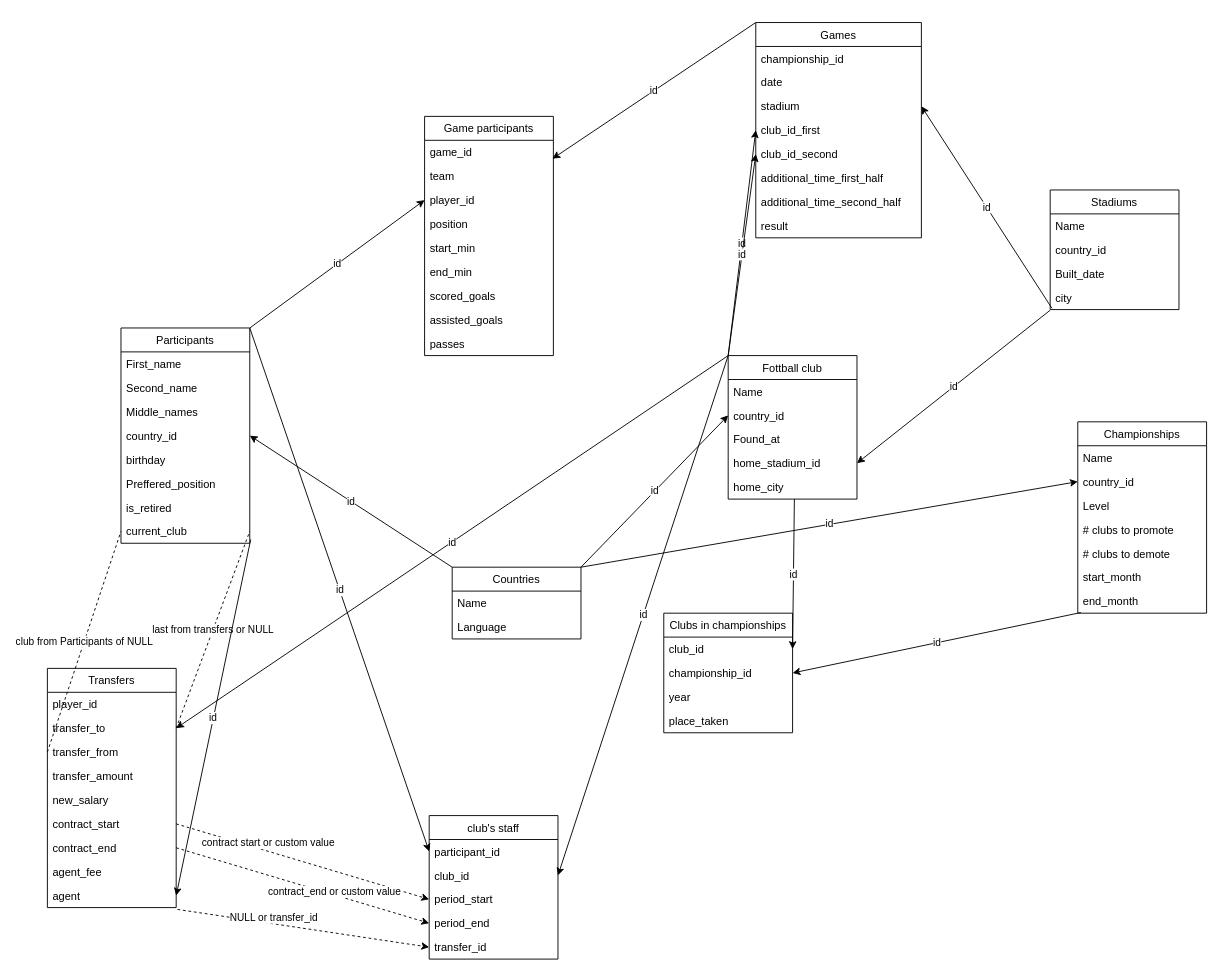
This is SQL_prj.drawio from RVdeported/MySQL_basic, a draw.io file, before an edit. Source tidied: cells renumbered, new cells numbered last; positions are measured from the earlier drawing's top-left corner, leaving out a move shared by most shapes. Both pictures are drawn from the tidied source at 92%, with x=0, y=0 at pixel (47, 22).
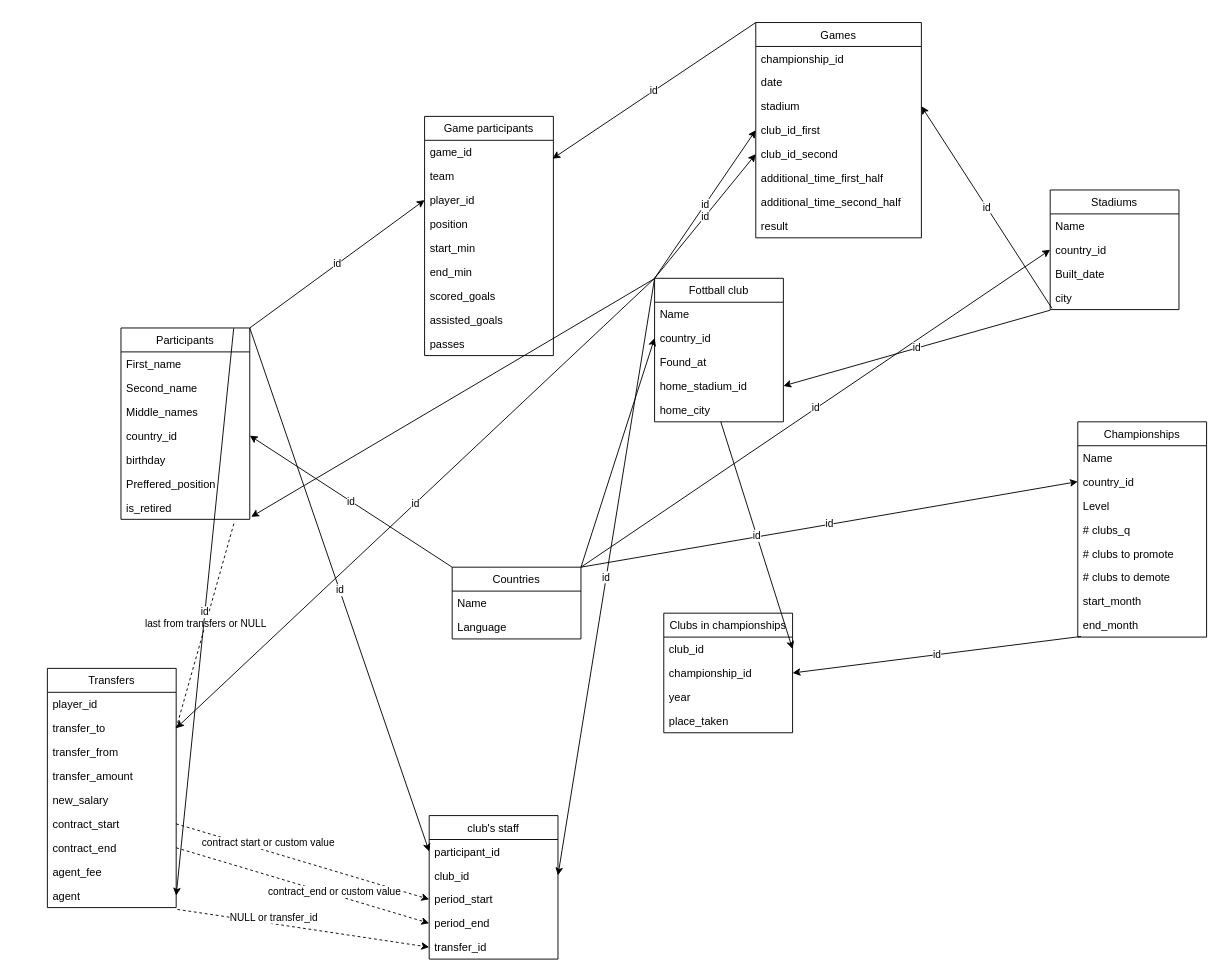
The same page after the edit.

The change refers to these unchanged cells:
```xml
<mxCell id="4" value="country_id" style="text;strokeColor=none;fillColor=none;align=left;verticalAlign=top;spacingLeft=4;spacingRight=4;overflow=hidden;points=[[0,0.5],[1,0.5]];portConstraint=eastwest;" parent="2" vertex="1">
  <mxGeometry y="52" width="140" height="26" as="geometry" />
</mxCell>
<mxCell id="15" value="is_retired" style="text;strokeColor=none;fillColor=none;align=left;verticalAlign=top;spacingLeft=4;spacingRight=4;overflow=hidden;points=[[0,0.5],[1,0.5]];portConstraint=eastwest;" parent="8" vertex="1">
  <mxGeometry y="182" width="140" height="26" as="geometry" />
</mxCell>
<mxCell id="25" value="Countries" style="swimlane;fontStyle=0;horizontal=1;startSize=26;fillColor=none;" parent="1" vertex="1">
  <mxGeometry x="440" y="592" width="140" height="78" as="geometry" />
</mxCell>
<mxCell id="57" value="country_id" style="text;strokeColor=none;fillColor=none;align=left;verticalAlign=top;spacingLeft=4;spacingRight=4;overflow=hidden;points=[[0,0.5],[1,0.5]];portConstraint=eastwest;" parent="55" vertex="1">
  <mxGeometry y="52" width="140" height="26" as="geometry" />
</mxCell>
<mxCell id="78" value="transfer_to" style="text;strokeColor=none;fillColor=none;align=left;verticalAlign=top;spacingLeft=4;spacingRight=4;overflow=hidden;points=[[0,0.5],[1,0.5]];portConstraint=eastwest;" parent="76" vertex="1">
  <mxGeometry y="52" width="140" height="26" as="geometry" />
</mxCell>
<mxCell id="79" value="transfer_from" style="text;strokeColor=none;fillColor=none;align=left;verticalAlign=top;spacingLeft=4;spacingRight=4;overflow=hidden;points=[[0,0.5],[1,0.5]];portConstraint=eastwest;" parent="76" vertex="1">
  <mxGeometry y="78" width="140" height="26" as="geometry" />
</mxCell>
<mxCell id="85" value="agent" style="text;strokeColor=none;fillColor=none;align=left;verticalAlign=top;spacingLeft=4;spacingRight=4;overflow=hidden;points=[[0,0.5],[1,0.5]];portConstraint=eastwest;" parent="76" vertex="1">
  <mxGeometry y="234" width="140" height="26" as="geometry" />
</mxCell>
```

The edit, as a diff of the source:
```diff
@@
     <mxCell id="2" value="Fottball club" style="swimlane;fontStyle=0;horizontal=1;startSize=26;fillColor=none;" parent="1" vertex="1">
-      <mxGeometry x="740" y="362" width="140" height="156" as="geometry" />
+      <mxGeometry x="660" y="278" width="140" height="156" as="geometry" />
     </mxCell>
@@
     <mxCell id="8" value="Participants" style="swimlane;fontStyle=0;horizontal=1;startSize=26;fillColor=none;" parent="1" vertex="1">
-      <mxGeometry x="80" y="332" width="140" height="234" as="geometry" />
+      <mxGeometry x="80" y="332" width="140" height="208" as="geometry" />
     </mxCell>
@@
-    <mxCell id="16" value="current_club" style="text;strokeColor=none;fillColor=none;align=left;verticalAlign=top;spacingLeft=4;spacingRight=4;overflow=hidden;points=[[0,0.5],[1,0.5]];portConstraint=eastwest;" parent="8" vertex="1">
-      <mxGeometry y="208" width="140" height="26" as="geometry" />
-    </mxCell>
@@
-    <mxCell id="29" value="id" style="endArrow=classic;html=1;exitX=1;exitY=0;exitDx=0;exitDy=0;entryX=0;entryY=0.5;entryDx=0;entryDy=0;" parent="1" edge="1" source="25" target="4">
+    <mxCell id="29" value="id" style="endArrow=classic;html=1;exitX=1;exitY=0;exitDx=0;exitDy=0;entryX=0;entryY=0.5;entryDx=0;entryDy=0;" parent="1" edge="1" source="25" target="57">
       <mxGeometry relative="1" as="geometry" />
     </mxCell>
     <mxCell id="30" value="Championships" style="swimlane;fontStyle=0;horizontal=1;startSize=26;fillColor=none;" parent="1" vertex="1">
-      <mxGeometry x="1120" y="434" width="140" height="208" as="geometry" />
+      <mxGeometry x="1120" y="434" width="140" height="234" as="geometry" />
     </mxCell>
@@
+    <mxCell id="93" value="# clubs_q" style="text;strokeColor=none;fillColor=none;align=left;verticalAlign=top;spacingLeft=4;spacingRight=4;overflow=hidden;" parent="30" vertex="1">
+      <mxGeometry y="104" width="140" height="26" as="geometry" />
+    </mxCell>
     <mxCell id="34" value="# clubs to promote" style="text;strokeColor=none;fillColor=none;align=left;verticalAlign=top;spacingLeft=4;spacingRight=4;overflow=hidden;" parent="30" vertex="1">
-      <mxGeometry y="104" width="140" height="26" as="geometry" />
+      <mxGeometry y="130" width="140" height="26" as="geometry" />
     </mxCell>
     <mxCell id="35" value="# clubs to demote" style="text;strokeColor=none;fillColor=none;align=left;verticalAlign=top;spacingLeft=4;spacingRight=4;overflow=hidden;" parent="30" vertex="1">
-      <mxGeometry y="130" width="140" height="26" as="geometry" />
+      <mxGeometry y="156" width="140" height="26" as="geometry" />
     </mxCell>
     <mxCell id="36" value="start_month" style="text;strokeColor=none;fillColor=none;align=left;verticalAlign=top;spacingLeft=4;spacingRight=4;overflow=hidden;" parent="30" vertex="1">
-      <mxGeometry y="156" width="140" height="26" as="geometry" />
+      <mxGeometry y="182" width="140" height="26" as="geometry" />
     </mxCell>
     <mxCell id="37" value="end_month" style="text;strokeColor=none;fillColor=none;align=left;verticalAlign=top;spacingLeft=4;spacingRight=4;overflow=hidden;points=[[0,0.5],[1,0.5]];portConstraint=eastwest;" parent="30" vertex="1">
-      <mxGeometry y="182" width="140" height="26" as="geometry" />
+      <mxGeometry y="208" width="140" height="26" as="geometry" />
     </mxCell>
@@
-    <mxCell id="87" value="last from transfers or NULL" style="endArrow=none;dashed=1;html=1;exitX=1;exitY=0.5;exitDx=0;exitDy=0;entryX=1;entryY=0.5;entryDx=0;entryDy=0;" parent="1" edge="1" source="78" target="16">
+    <mxCell id="87" value="last from transfers or NULL" style="endArrow=none;dashed=1;html=1;exitX=1;exitY=0.5;exitDx=0;exitDy=0;entryX=0.882;entryY=1.077;entryDx=0;entryDy=0;entryPerimeter=0;" parent="1" edge="1" source="78" target="15">
       <mxGeometry relative="1" as="geometry" />
     </mxCell>
-    <mxCell id="88" value="club from Participants of NULL" style="endArrow=none;dashed=1;html=1;exitX=0;exitY=0.5;exitDx=0;exitDy=0;entryX=0;entryY=0.5;entryDx=0;entryDy=0;" parent="1" edge="1" source="79" target="16">
-      <mxGeometry relative="1" as="geometry" />
-    </mxCell>
-    <mxCell id="89" value="id" style="endArrow=classic;html=1;entryX=1;entryY=0.5;entryDx=0;entryDy=0;" parent="1" edge="1" target="85">
-      <mxGeometry relative="1" as="geometry">
-        <mxPoint x="221" y="562" as="sourcePoint" />
-      </mxGeometry>
+    <mxCell id="89" value="id" style="endArrow=classic;html=1;entryX=1;entryY=0.5;entryDx=0;entryDy=0;exitX=0.875;exitY=0.002;exitDx=0;exitDy=0;exitPerimeter=0;" parent="1" edge="1" source="8" target="85">
+      <mxGeometry relative="1" as="geometry" />
     </mxCell>
@@
+    <mxCell id="94" style="endArrow=classic;html=1;exitX=1;exitY=0;exitDx=0;exitDy=0;entryX=0;entryY=0.5;entryDx=0;entryDy=0;" parent="1" edge="1" source="25" target="4">
+      <mxGeometry relative="1" as="geometry" />
+    </mxCell>
+    <mxCell id="95" style="endArrow=classic;html=1;exitX=-0.002;exitY=0.003;exitDx=0;exitDy=0;exitPerimeter=0;entryX=1.011;entryY=0.894;entryDx=0;entryDy=0;entryPerimeter=0;" parent="1" edge="1" source="2" target="15">
+      <mxGeometry relative="1" as="geometry" />
+    </mxCell>
```
